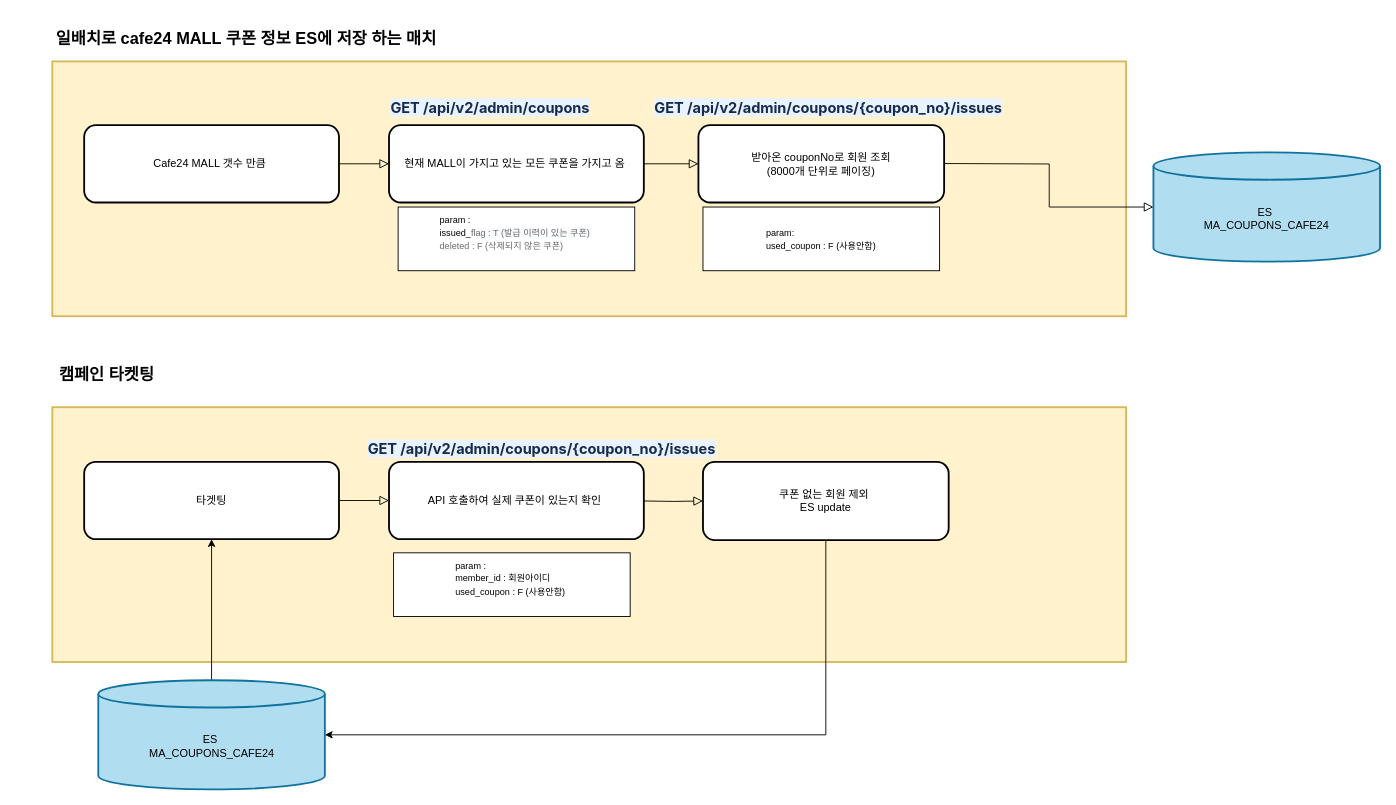
Before: 쿠폰연계.drawio in jaero0725/draw_io, a draw.io diagram. Source tidied: cells renumbered, new cells numbered last; positions are measured from the earlier drawing's top-left corner, leaving out a move shared by most shapes. Both pictures are drawn from the tidied source at 91%, with x=0, y=0 at pixel (15, 15).
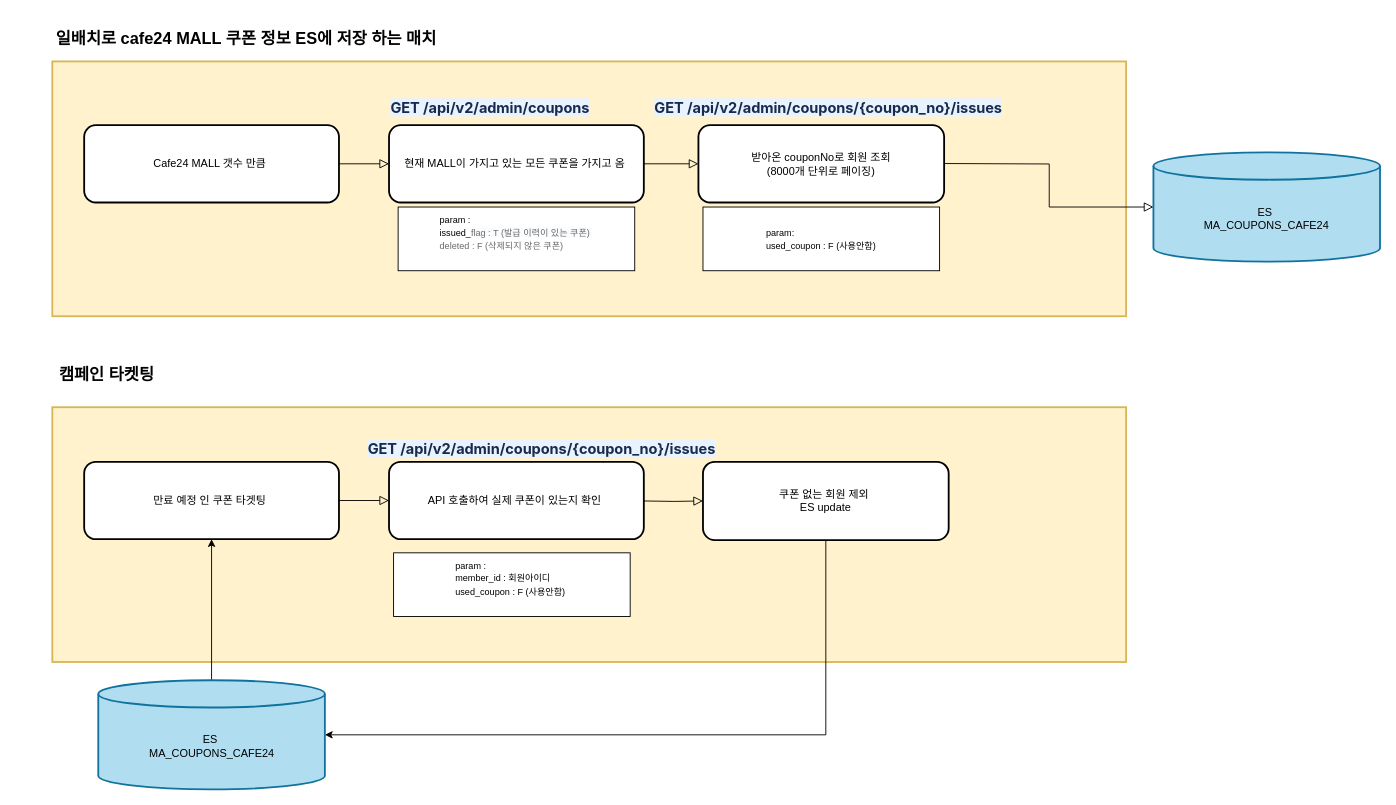
After the change.

Commit message:
쿠폰연계.drawio 업데이트

The edit, as a diff of the source:
```diff
@@
-    <mxCell id="19" value="타겟팅" style="rounded=1;whiteSpace=wrap;html=1;fontSize=12;glass=0;strokeWidth=2;shadow=0;labelBackgroundColor=none;" parent="1" vertex="1">
+    <mxCell id="19" value="만료 예정 인 쿠폰 타겟팅&amp;nbsp;" style="rounded=1;whiteSpace=wrap;html=1;fontSize=12;glass=0;strokeWidth=2;shadow=0;labelBackgroundColor=none;" parent="1" vertex="1">
       <mxGeometry x="75" y="490" width="280" height="85" as="geometry" />
     </mxCell>
```
